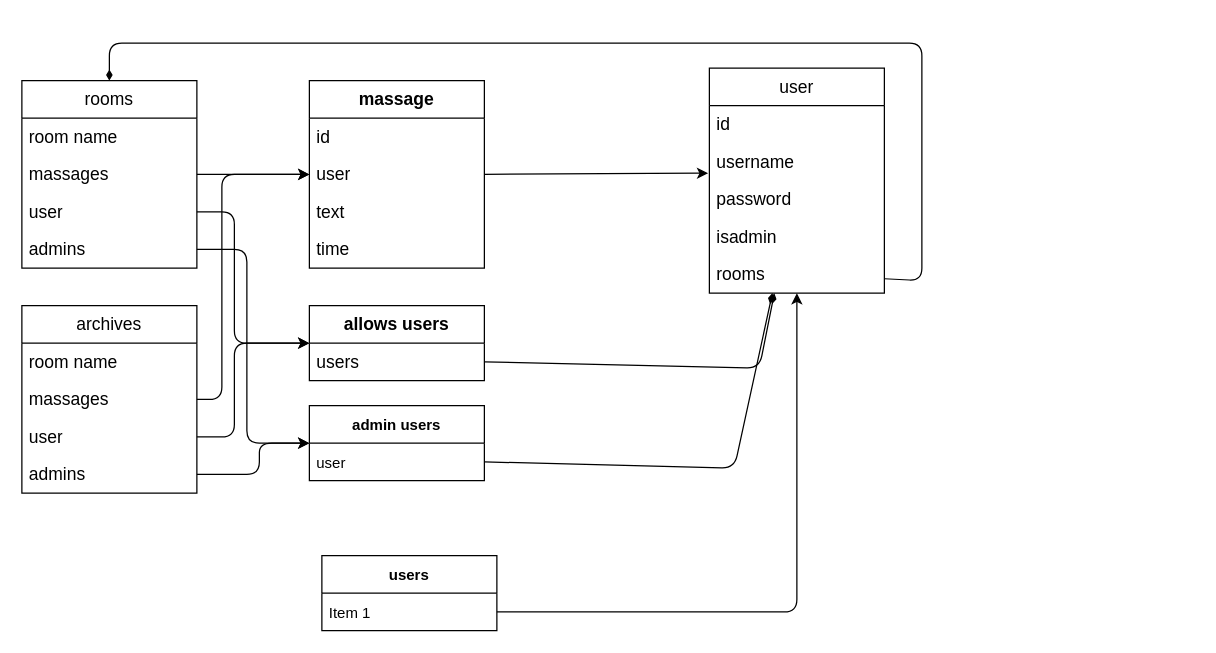
This is Untitled Diagram.drawio from noambaum00/chat, a draw.io file, before an edit. Source tidied: cells renumbered, new cells numbered last; positions are measured from the earlier drawing's top-left corner, leaving out a move shared by most shapes. Both pictures are drawn from the tidied source at 125%, with x=0, y=0 at pixel (21, 42).
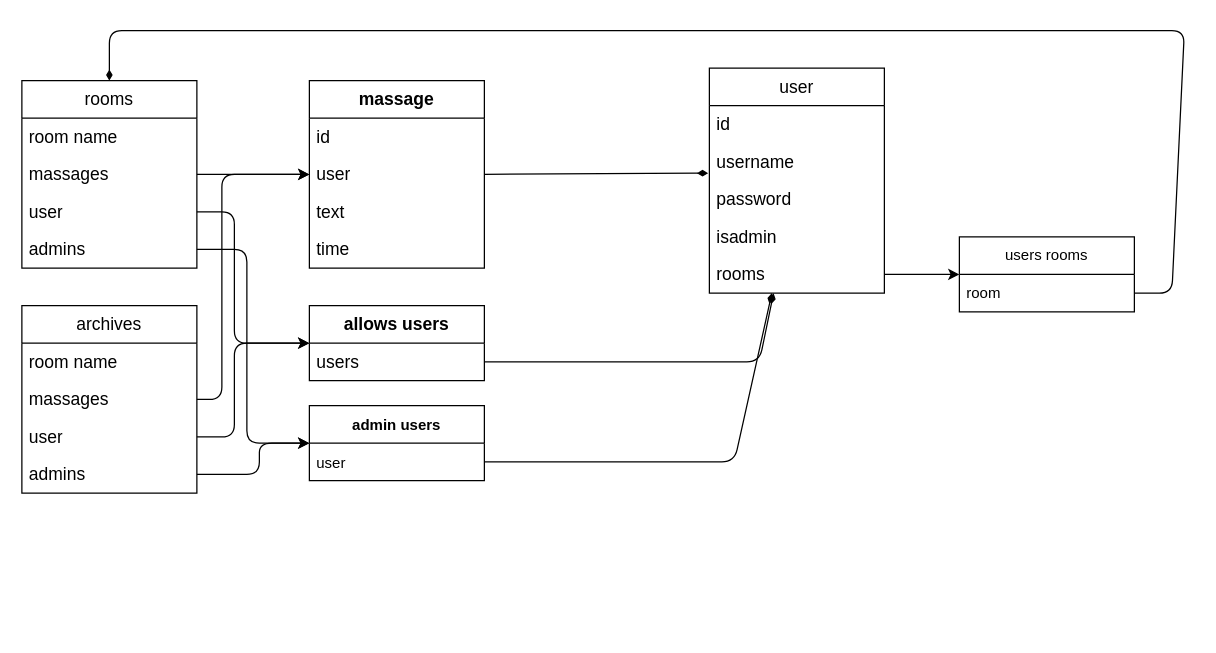
Above is the later version.

Unchanged cells that the change refers to:
```xml
<mxCell id="2" value="rooms" style="swimlane;fontStyle=0;horizontal=1;startSize=30;whiteSpace=wrap;html=1;strokeColor=default;fontSize=14;fillColor=none;" parent="1" vertex="1">
  <mxGeometry y="30" width="140" height="150" as="geometry" />
</mxCell>
<mxCell id="8" value="users" style="text;strokeColor=none;fillColor=none;align=left;verticalAlign=middle;spacingLeft=4;spacingRight=4;overflow=hidden;points=[[0,0.5],[1,0.5]];portConstraint=eastwest;whiteSpace=wrap;html=1;fontSize=14;" parent="7" vertex="1">
  <mxGeometry y="30" width="140" height="30" as="geometry" />
</mxCell>
<mxCell id="11" value="user" style="text;strokeColor=none;fillColor=none;align=left;verticalAlign=middle;spacingLeft=4;spacingRight=4;overflow=hidden;points=[[0,0.5],[1,0.5]];portConstraint=eastwest;whiteSpace=wrap;html=1;fontSize=14;" parent="9" vertex="1">
  <mxGeometry y="60" width="140" height="30" as="geometry" />
</mxCell>
<mxCell id="14" value="user" style="swimlane;fontStyle=0;horizontal=1;startSize=30;whiteSpace=wrap;html=1;strokeColor=default;fontSize=14;fillColor=none;" parent="1" vertex="1">
  <mxGeometry x="550" y="20" width="140" height="180" as="geometry" />
</mxCell>
<mxCell id="16" value="username" style="text;strokeColor=none;fillColor=none;align=left;verticalAlign=middle;spacingLeft=4;spacingRight=4;overflow=hidden;points=[[0,0.5],[1,0.5]];portConstraint=eastwest;whiteSpace=wrap;html=1;fontSize=14;" parent="14" vertex="1">
  <mxGeometry y="60" width="140" height="30" as="geometry" />
</mxCell>
<mxCell id="19" value="rooms" style="text;strokeColor=none;fillColor=none;align=left;verticalAlign=middle;spacingLeft=4;spacingRight=4;overflow=hidden;points=[[0,0.5],[1,0.5]];portConstraint=eastwest;whiteSpace=wrap;html=1;fontSize=14;" parent="14" vertex="1">
  <mxGeometry y="150" width="140" height="30" as="geometry" />
</mxCell>
<mxCell id="21" value="user" style="text;strokeColor=none;fillColor=none;align=left;verticalAlign=middle;spacingLeft=4;spacingRight=4;overflow=hidden;points=[[0,0.5],[1,0.5]];portConstraint=eastwest;" parent="20" vertex="1">
  <mxGeometry y="30" width="140" height="30" as="geometry" />
</mxCell>
```

The edit, as a diff of the source:
```diff
@@
     <mxCell id="22" style="edgeStyle=none;html=1;exitX=1;exitY=0.5;exitDx=0;exitDy=0;endArrow=diamondThin;endFill=1;" parent="1" edge="1" source="8" target="14">
       <mxGeometry relative="1" as="geometry">
         <Array as="points">
-          <mxPoint x="590" y="260" />
+          <mxPoint x="590" y="255" />
         </Array>
       </mxGeometry>
     </mxCell>
     <mxCell id="23" style="edgeStyle=none;html=1;exitX=1;exitY=0.5;exitDx=0;exitDy=0;endArrow=diamondThin;endFill=1;" parent="1" edge="1" source="21" target="14">
       <mxGeometry relative="1" as="geometry">
         <Array as="points">
-          <mxPoint x="570" y="340" />
+          <mxPoint x="570" y="335" />
         </Array>
       </mxGeometry>
     </mxCell>
@@
-    <mxCell id="29" style="edgeStyle=none;html=1;exitX=1;exitY=0.5;exitDx=0;exitDy=0;entryX=-0.007;entryY=0.8;entryDx=0;entryDy=0;entryPerimeter=0;" parent="1" edge="1" source="11" target="16">
+    <mxCell id="29" style="edgeStyle=none;html=1;exitX=1;exitY=0.5;exitDx=0;exitDy=0;entryX=-0.007;entryY=0.8;entryDx=0;entryDy=0;entryPerimeter=0;endArrow=diamondThin;endFill=1;" parent="1" edge="1" source="11" target="16">
       <mxGeometry relative="1" as="geometry" />
     </mxCell>
-    <mxCell id="30" value="users" style="swimlane;fontStyle=1;horizontal=1;startSize=30;" parent="1" vertex="1">
-      <mxGeometry x="240" y="410" width="140" height="60" as="geometry" />
-    </mxCell>
-    <mxCell id="31" value="Item 1" style="text;strokeColor=none;fillColor=none;align=left;verticalAlign=middle;spacingLeft=4;spacingRight=4;overflow=hidden;points=[[0,0.5],[1,0.5]];portConstraint=eastwest;" parent="30" vertex="1">
-      <mxGeometry y="30" width="140" height="30" as="geometry" />
-    </mxCell>
-    <mxCell id="32" style="edgeStyle=none;html=1;exitX=1;exitY=0.5;exitDx=0;exitDy=0;" parent="1" edge="1" source="31" target="14">
-      <mxGeometry relative="1" as="geometry">
-        <Array as="points">
-          <mxPoint x="620" y="455" />
-        </Array>
-      </mxGeometry>
-    </mxCell>
@@
-    <mxCell id="39" style="edgeStyle=none;html=1;endArrow=diamondThin;endFill=1;" parent="1" edge="1" source="19" target="2">
-      <mxGeometry relative="1" as="geometry">
-        <Array as="points">
-          <mxPoint x="720" y="190" />
-          <mxPoint x="720" />
-          <mxPoint x="70" />
-        </Array>
-      </mxGeometry>
-    </mxCell>
+    <mxCell id="40" value="users rooms" style="swimlane;fontStyle=0;horizontal=1;startSize=30;whiteSpace=wrap;html=1;" parent="1" vertex="1">
+      <mxGeometry x="750" y="155" width="140" height="60" as="geometry" />
+    </mxCell>
+    <mxCell id="41" value="room" style="text;strokeColor=none;fillColor=none;align=left;verticalAlign=middle;spacingLeft=4;spacingRight=4;overflow=hidden;points=[[0,0.5],[1,0.5]];portConstraint=eastwest;whiteSpace=wrap;html=1;" parent="40" vertex="1">
+      <mxGeometry y="30" width="140" height="30" as="geometry" />
+    </mxCell>
+    <mxCell id="42" style="edgeStyle=none;html=1;exitX=1;exitY=0.5;exitDx=0;exitDy=0;" parent="1" edge="1" source="19" target="40">
+      <mxGeometry relative="1" as="geometry" />
+    </mxCell>
+    <mxCell id="43" style="edgeStyle=none;html=1;exitX=1;exitY=0.5;exitDx=0;exitDy=0;endArrow=diamondThin;endFill=1;" parent="1" edge="1" source="41" target="2">
+      <mxGeometry relative="1" as="geometry">
+        <Array as="points">
+          <mxPoint x="920" y="200" />
+          <mxPoint x="930" y="-10" />
+          <mxPoint x="70" y="-10" />
+        </Array>
+      </mxGeometry>
+    </mxCell>
```
